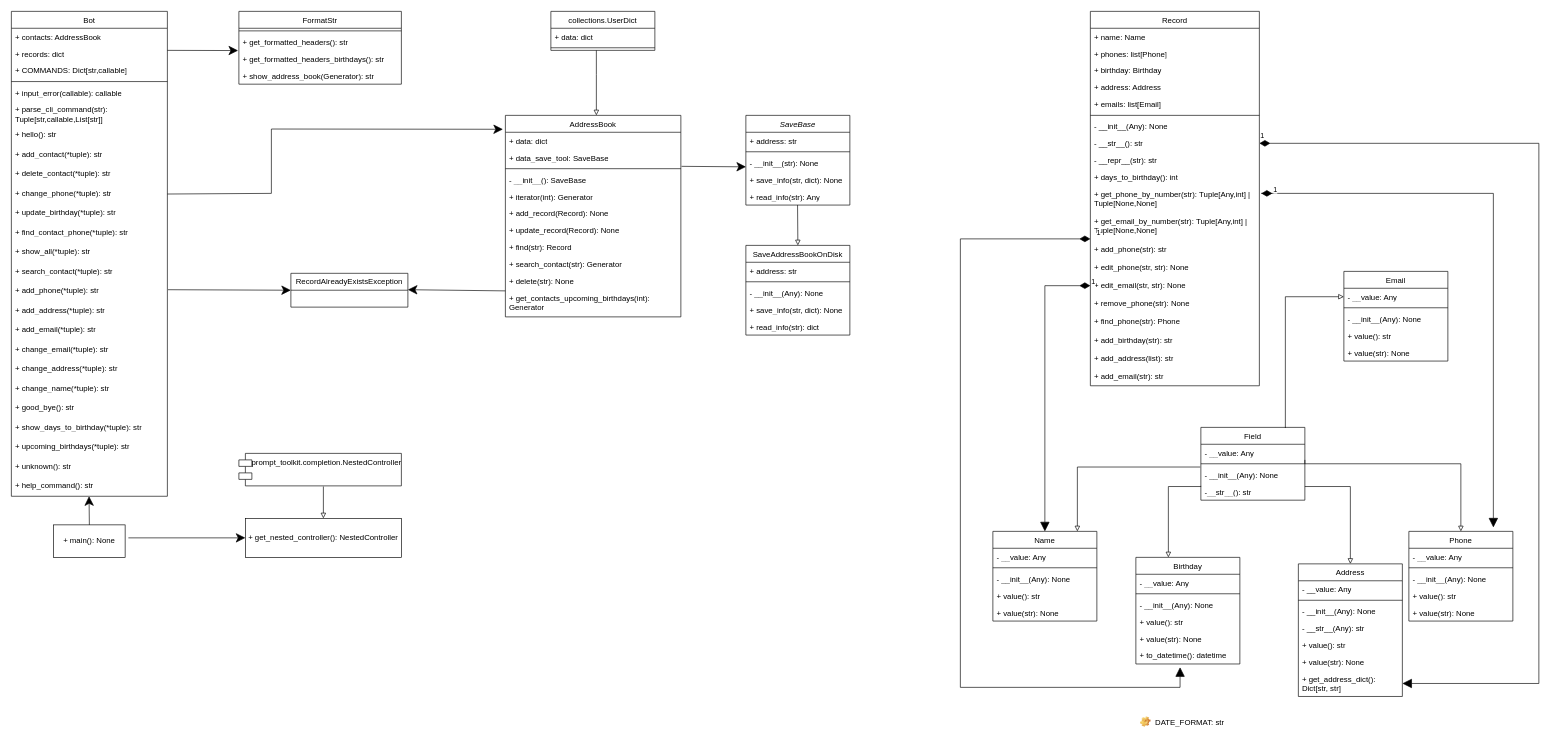
Earlier version of the draw.io diagram bot_helper/utils/Bot UML-Nataliia Tiutiunnyk.drawio (Natali2411/GoIT-WEB-module1). Source tidied: cells renumbered, new cells numbered last; positions are measured from the earlier drawing's top-left corner, leaving out a move shared by most shapes. Both pictures are drawn from the tidied source at 65%, with x=0, y=0 at pixel (11, 11).
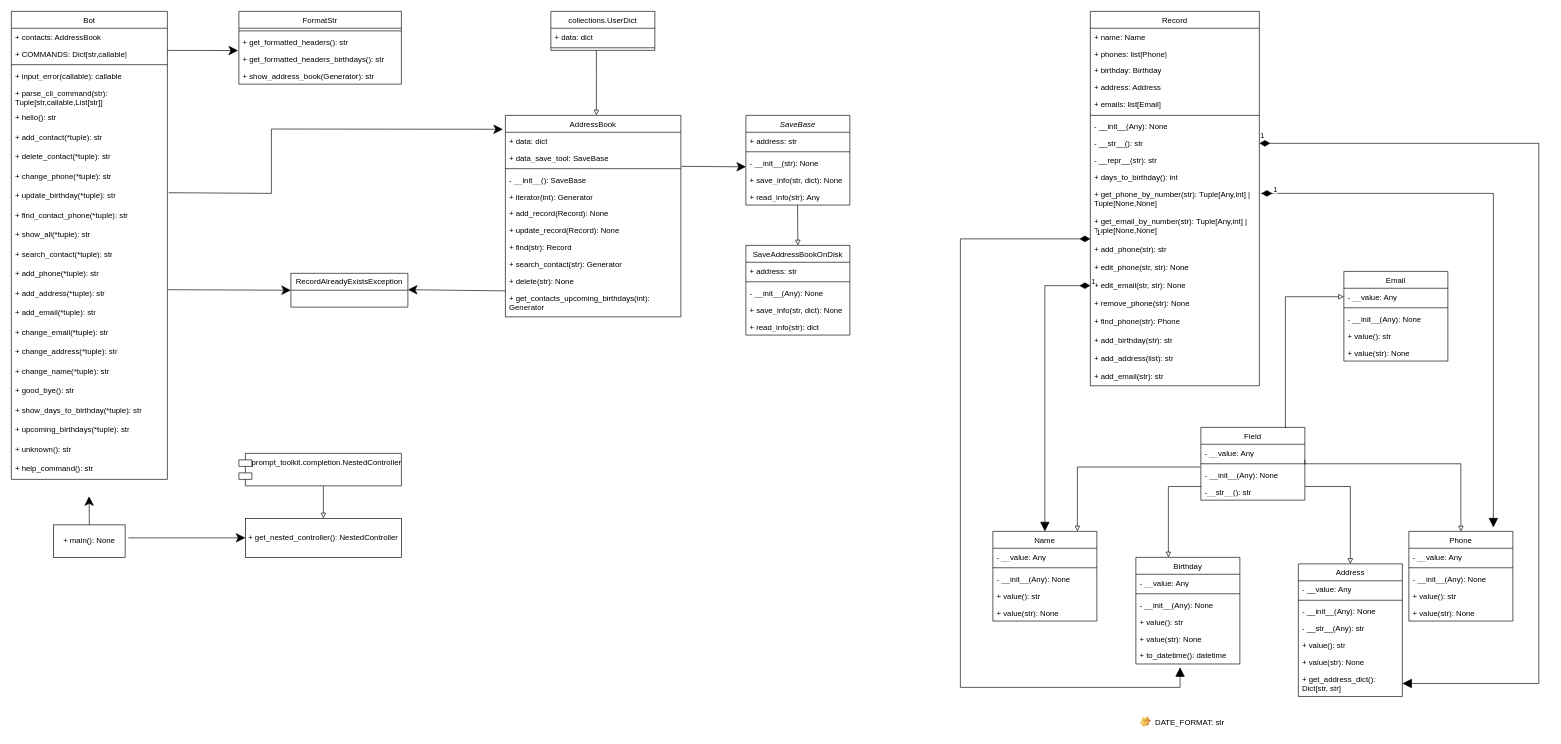
After the change.

The change refers to these unchanged cells:
```xml
<mxCell id="85" value="&lt;span style=&quot;font-weight: normal;&quot;&gt;AddressBook&lt;/span&gt;" style="swimlane;fontStyle=1;align=center;verticalAlign=top;horizontal=1;startSize=26;whiteSpace=wrap;html=1;" parent="1" vertex="1">
  <mxGeometry x="760" y="160" width="270" height="310" as="geometry" />
</mxCell>
```

The edit, as a diff of the source:
```diff
@@
     <mxCell id="108" value="&lt;span style=&quot;font-weight: normal;&quot;&gt;Bot&lt;/span&gt;" style="swimlane;fontStyle=1;align=center;verticalAlign=top;horizontal=1;startSize=26;whiteSpace=wrap;html=1;" parent="1" vertex="1">
-      <mxGeometry width="240" height="746" as="geometry" />
+      <mxGeometry width="240" height="720" as="geometry" />
     </mxCell>
@@
-    <mxCell id="110" value="+ records: dict" style="text;strokeColor=none;fillColor=none;align=left;verticalAlign=top;spacingLeft=4;spacingRight=4;overflow=hidden;whiteSpace=wrap;html=1;" parent="108" vertex="1">
-      <mxGeometry y="52" width="240" height="26" as="geometry" />
-    </mxCell>
     <mxCell id="111" value="+ COMMANDS: Dict[str,callable]" style="text;strokeColor=none;fillColor=none;align=left;verticalAlign=top;spacingLeft=4;spacingRight=4;overflow=hidden;whiteSpace=wrap;html=1;" parent="108" vertex="1">
-      <mxGeometry y="78" width="240" height="26" as="geometry" />
+      <mxGeometry y="52" width="240" height="26" as="geometry" />
     </mxCell>
     <mxCell id="112" style="line;strokeWidth=1;fillColor=none;align=left;verticalAlign=middle;spacingTop=-1;spacingLeft=3;spacingRight=3;labelPosition=right;strokeColor=inherit;" parent="108" vertex="1">
-      <mxGeometry y="104" width="240" height="8" as="geometry" />
+      <mxGeometry y="78" width="240" height="8" as="geometry" />
     </mxCell>
     <mxCell id="113" value="+ input_error(callable): callable" style="text;strokeColor=none;fillColor=none;align=left;verticalAlign=top;spacingLeft=4;spacingRight=4;overflow=hidden;whiteSpace=wrap;html=1;" parent="108" vertex="1">
-      <mxGeometry y="112" width="240" height="26" as="geometry" />
+      <mxGeometry y="86" width="240" height="26" as="geometry" />
     </mxCell>
     <mxCell id="114" value="+ parse_cli_command(str): Tuple[str,callable,List[str]]" style="text;strokeColor=none;fillColor=none;align=left;verticalAlign=top;spacingLeft=4;spacingRight=4;overflow=hidden;whiteSpace=wrap;html=1;" parent="108" vertex="1">
-      <mxGeometry y="138" width="240" height="38" as="geometry" />
+      <mxGeometry y="112" width="240" height="38" as="geometry" />
     </mxCell>
     <mxCell id="115" value="+ hello(): str" style="text;strokeColor=none;fillColor=none;align=left;verticalAlign=top;spacingLeft=4;spacingRight=4;overflow=hidden;whiteSpace=wrap;html=1;" parent="108" vertex="1">
-      <mxGeometry y="176" width="240" height="30" as="geometry" />
+      <mxGeometry y="150" width="240" height="30" as="geometry" />
     </mxCell>
     <mxCell id="116" value="+ add_contact(*tuple): str" style="text;strokeColor=none;fillColor=none;align=left;verticalAlign=top;spacingLeft=4;spacingRight=4;overflow=hidden;whiteSpace=wrap;html=1;" parent="108" vertex="1">
-      <mxGeometry y="206" width="240" height="30" as="geometry" />
+      <mxGeometry y="180" width="240" height="30" as="geometry" />
     </mxCell>
     <mxCell id="117" value="+ delete_contact(*tuple): str" style="text;strokeColor=none;fillColor=none;align=left;verticalAlign=top;spacingLeft=4;spacingRight=4;overflow=hidden;whiteSpace=wrap;html=1;" parent="108" vertex="1">
-      <mxGeometry y="236" width="240" height="30" as="geometry" />
+      <mxGeometry y="210" width="240" height="30" as="geometry" />
     </mxCell>
     <mxCell id="118" value="+ change_phone(*tuple): str" style="text;strokeColor=none;fillColor=none;align=left;verticalAlign=top;spacingLeft=4;spacingRight=4;overflow=hidden;points=[[0,0.5],[1,0.5]];portConstraint=eastwest;whiteSpace=wrap;html=1;" parent="108" vertex="1">
-      <mxGeometry y="266" width="240" height="30" as="geometry" />
+      <mxGeometry y="240" width="240" height="30" as="geometry" />
     </mxCell>
     <mxCell id="119" value="+ update_birthday(*tuple): str" style="text;strokeColor=none;fillColor=none;align=left;verticalAlign=top;spacingLeft=4;spacingRight=4;overflow=hidden;points=[[0,0.5],[1,0.5]];portConstraint=eastwest;whiteSpace=wrap;html=1;" parent="108" vertex="1">
-      <mxGeometry y="296" width="240" height="30" as="geometry" />
+      <mxGeometry y="270" width="240" height="30" as="geometry" />
     </mxCell>
     <mxCell id="120" value="+ find_contact_phone(*tuple): str" style="text;strokeColor=none;fillColor=none;align=left;verticalAlign=top;spacingLeft=4;spacingRight=4;overflow=hidden;whiteSpace=wrap;html=1;" parent="108" vertex="1">
-      <mxGeometry y="326" width="240" height="30" as="geometry" />
+      <mxGeometry y="300" width="240" height="30" as="geometry" />
     </mxCell>
     <mxCell id="121" value="+ show_all(*tuple): str" style="text;strokeColor=none;fillColor=none;align=left;verticalAlign=top;spacingLeft=4;spacingRight=4;overflow=hidden;whiteSpace=wrap;html=1;" parent="108" vertex="1">
-      <mxGeometry y="356" width="240" height="30" as="geometry" />
+      <mxGeometry y="330" width="240" height="30" as="geometry" />
     </mxCell>
     <mxCell id="122" value="+ search_contact(*tuple): str" style="text;strokeColor=none;fillColor=none;align=left;verticalAlign=top;spacingLeft=4;spacingRight=4;overflow=hidden;whiteSpace=wrap;html=1;" parent="108" vertex="1">
-      <mxGeometry y="386" width="240" height="30" as="geometry" />
+      <mxGeometry y="360" width="240" height="30" as="geometry" />
     </mxCell>
     <mxCell id="123" value="+ add_phone(*tuple): str" style="text;strokeColor=none;fillColor=none;align=left;verticalAlign=top;spacingLeft=4;spacingRight=4;overflow=hidden;whiteSpace=wrap;html=1;" parent="108" vertex="1">
-      <mxGeometry y="416" width="240" height="30" as="geometry" />
+      <mxGeometry y="390" width="240" height="30" as="geometry" />
     </mxCell>
     <mxCell id="124" value="+ add_address(*tuple): str" style="text;strokeColor=none;fillColor=none;align=left;verticalAlign=top;spacingLeft=4;spacingRight=4;overflow=hidden;whiteSpace=wrap;html=1;" parent="108" vertex="1">
-      <mxGeometry y="446" width="240" height="30" as="geometry" />
+      <mxGeometry y="420" width="240" height="30" as="geometry" />
     </mxCell>
     <mxCell id="125" value="+ add_email(*tuple): str" style="text;strokeColor=none;fillColor=none;align=left;verticalAlign=top;spacingLeft=4;spacingRight=4;overflow=hidden;whiteSpace=wrap;html=1;" parent="108" vertex="1">
-      <mxGeometry y="476" width="240" height="30" as="geometry" />
+      <mxGeometry y="450" width="240" height="30" as="geometry" />
     </mxCell>
     <mxCell id="126" value="+ change_email(*tuple): str" style="text;strokeColor=none;fillColor=none;align=left;verticalAlign=top;spacingLeft=4;spacingRight=4;overflow=hidden;whiteSpace=wrap;html=1;" parent="108" vertex="1">
-      <mxGeometry y="506" width="240" height="30" as="geometry" />
+      <mxGeometry y="480" width="240" height="30" as="geometry" />
     </mxCell>
     <mxCell id="127" value="+ change_address(*tuple): str" style="text;strokeColor=none;fillColor=none;align=left;verticalAlign=top;spacingLeft=4;spacingRight=4;overflow=hidden;whiteSpace=wrap;html=1;" parent="108" vertex="1">
-      <mxGeometry y="536" width="240" height="30" as="geometry" />
+      <mxGeometry y="510" width="240" height="30" as="geometry" />
     </mxCell>
     <mxCell id="128" value="+ change_name(*tuple): str" style="text;strokeColor=none;fillColor=none;align=left;verticalAlign=top;spacingLeft=4;spacingRight=4;overflow=hidden;whiteSpace=wrap;html=1;" parent="108" vertex="1">
-      <mxGeometry y="566" width="240" height="30" as="geometry" />
+      <mxGeometry y="540" width="240" height="30" as="geometry" />
     </mxCell>
     <mxCell id="129" value="+ good_bye(): str" style="text;strokeColor=none;fillColor=none;align=left;verticalAlign=top;spacingLeft=4;spacingRight=4;overflow=hidden;whiteSpace=wrap;html=1;" parent="108" vertex="1">
-      <mxGeometry y="596" width="240" height="30" as="geometry" />
+      <mxGeometry y="570" width="240" height="30" as="geometry" />
     </mxCell>
     <mxCell id="130" value="+ show_days_to_birthday(*tuple): str" style="text;strokeColor=none;fillColor=none;align=left;verticalAlign=top;spacingLeft=4;spacingRight=4;overflow=hidden;whiteSpace=wrap;html=1;" parent="108" vertex="1">
-      <mxGeometry y="626" width="240" height="30" as="geometry" />
+      <mxGeometry y="600" width="240" height="30" as="geometry" />
     </mxCell>
     <mxCell id="131" value="+ upcoming_birthdays(*tuple): str" style="text;strokeColor=none;fillColor=none;align=left;verticalAlign=top;spacingLeft=4;spacingRight=4;overflow=hidden;whiteSpace=wrap;html=1;" parent="108" vertex="1">
-      <mxGeometry y="656" width="240" height="30" as="geometry" />
+      <mxGeometry y="630" width="240" height="30" as="geometry" />
     </mxCell>
     <mxCell id="132" value="+ unknown(): str" style="text;strokeColor=none;fillColor=none;align=left;verticalAlign=top;spacingLeft=4;spacingRight=4;overflow=hidden;whiteSpace=wrap;html=1;" parent="108" vertex="1">
-      <mxGeometry y="686" width="240" height="30" as="geometry" />
+      <mxGeometry y="660" width="240" height="30" as="geometry" />
     </mxCell>
     <mxCell id="133" value="+ help_command(): str" style="text;strokeColor=none;fillColor=none;align=left;verticalAlign=top;spacingLeft=4;spacingRight=4;overflow=hidden;whiteSpace=wrap;html=1;" parent="108" vertex="1">
-      <mxGeometry y="716" width="240" height="30" as="geometry" />
+      <mxGeometry y="690" width="240" height="30" as="geometry" />
     </mxCell>
-    <mxCell id="134" style="endArrow=classic;endFill=1;endSize=12;html=1;rounded=0;entryX=-0.014;entryY=0.069;entryDx=0;entryDy=0;entryPerimeter=0;exitX=1;exitY=0.5;exitDx=0;exitDy=0;" parent="1" edge="1" source="118" target="85">
+    <mxCell id="134" style="endArrow=classic;endFill=1;endSize=12;html=1;rounded=0;entryX=-0.014;entryY=0.069;entryDx=0;entryDy=0;entryPerimeter=0;exitX=1.008;exitY=0.3;exitDx=0;exitDy=0;exitPerimeter=0;" parent="1" edge="1" source="119" target="85">
       <mxGeometry relative="1" as="geometry">
         <Array as="points">
           <mxPoint x="400" y="280" />
           <mxPoint x="400" y="181" />
         </Array>
       </mxGeometry>
     </mxCell>
```
